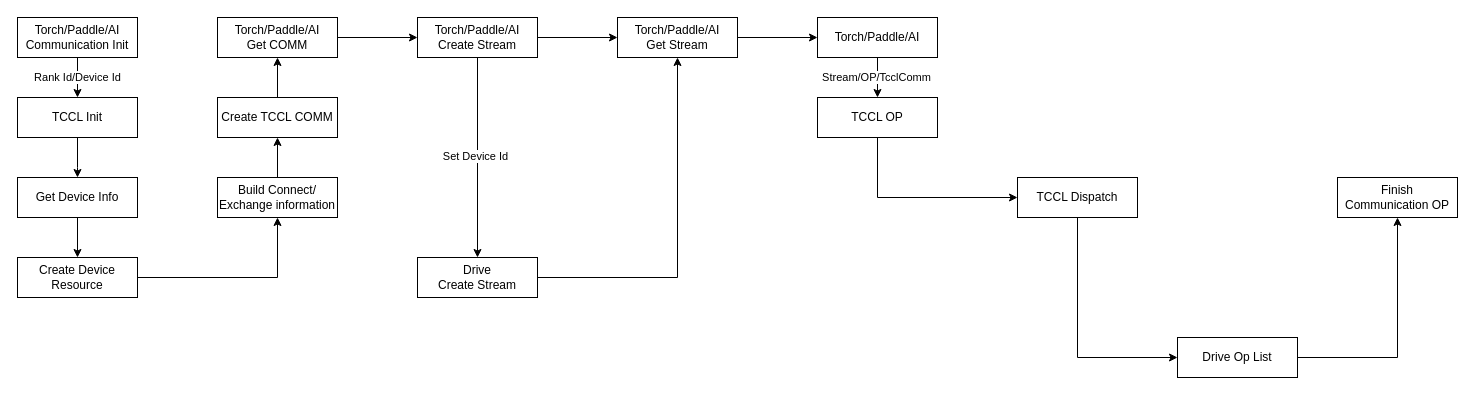
Above: TCCL/TCCL_WORK_FLOW/TcclWorkFlow.drawio in BEYHHH/SBLP (draw.io), before the change. Source tidied: cells renumbered, new cells numbered last; positions are measured from the earlier drawing's top-left corner, leaving out a move shared by most shapes. Both pictures are drawn from the tidied source at 100%, with x=0, y=0 at pixel (17, 17).
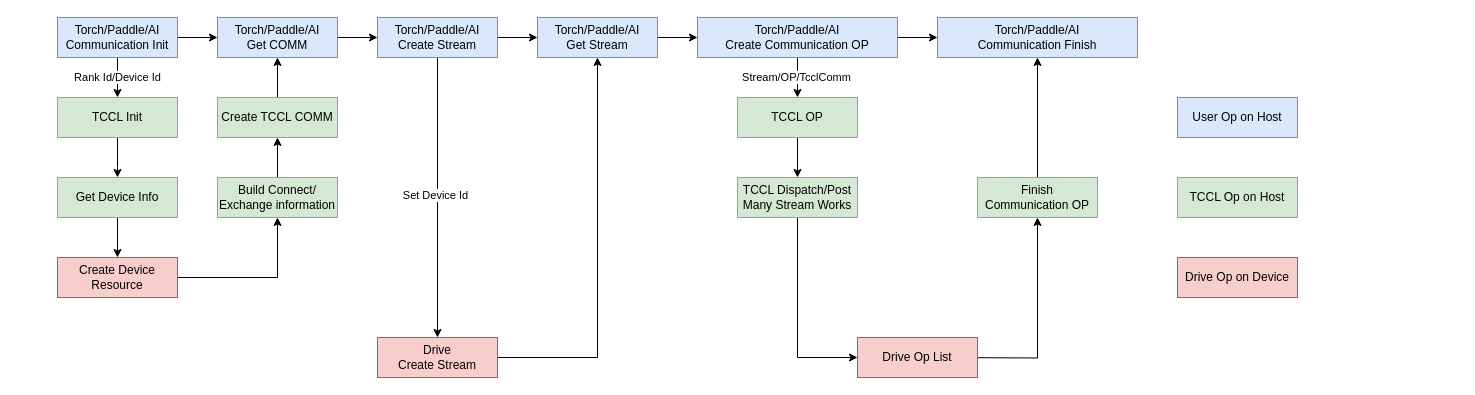
After the change.

Change to the diagram source:
```diff
@@
+    <mxCell id="35" style="edgeStyle=orthogonalEdgeStyle;rounded=0;jettySize=auto;html=1;" parent="1" edge="1" source="4" target="38">
+      <mxGeometry relative="1" as="geometry" />
+    </mxCell>
-    <mxCell id="4" value="Torch/Paddle/AI" style="rounded=0;whiteSpace=wrap;html=1;" parent="1" vertex="1">
-      <mxGeometry x="800" width="120" height="40" as="geometry" />
+    <mxCell id="4" value="Torch/Paddle/AI&lt;br&gt;Create Communication OP" style="rounded=0;whiteSpace=wrap;html=1;fillColor=#dae8fc;strokeColor=#6c8ebf;" parent="1" vertex="1">
+      <mxGeometry x="680" width="200" height="40" as="geometry" />
     </mxCell>
     <mxCell id="5" style="edgeStyle=orthogonalEdgeStyle;rounded=0;jettySize=auto;html=1;" parent="1" edge="1" source="6" target="8">
       <mxGeometry relative="1" as="geometry">
         <Array as="points">
-          <mxPoint x="860" y="180" />
+          <mxPoint x="780" y="180" />
         </Array>
       </mxGeometry>
     </mxCell>
-    <mxCell id="6" value="TCCL OP" style="rounded=0;whiteSpace=wrap;html=1;" parent="1" vertex="1">
-      <mxGeometry x="800" y="80" width="120" height="40" as="geometry" />
+    <mxCell id="6" value="TCCL OP" style="rounded=0;whiteSpace=wrap;html=1;fillColor=#d5e8d4;strokeColor=#82b366;" parent="1" vertex="1">
+      <mxGeometry x="720" y="80" width="120" height="40" as="geometry" />
     </mxCell>
     <mxCell id="7" style="edgeStyle=orthogonalEdgeStyle;rounded=0;jettySize=auto;html=1;" parent="1" edge="1" source="8" target="10">
       <mxGeometry relative="1" as="geometry">
         <Array as="points">
-          <mxPoint x="1060" y="340" />
+          <mxPoint x="940" y="340" />
         </Array>
       </mxGeometry>
     </mxCell>
-    <mxCell id="8" value="TCCL Dispatch" style="rounded=0;whiteSpace=wrap;html=1;" parent="1" vertex="1">
-      <mxGeometry x="1000" y="160" width="120" height="40" as="geometry" />
+    <mxCell id="8" value="TCCL Dispatch/Post Many Stream Works" style="rounded=0;whiteSpace=wrap;html=1;fillColor=#d5e8d4;strokeColor=#82b366;" parent="1" vertex="1">
+      <mxGeometry x="720" y="160" width="120" height="40" as="geometry" />
     </mxCell>
-    <mxCell id="9" style="edgeStyle=orthogonalEdgeStyle;rounded=0;jettySize=auto;html=1;" parent="1" edge="1" source="10" target="20">
-      <mxGeometry relative="1" as="geometry" />
+    <mxCell id="9" style="edgeStyle=orthogonalEdgeStyle;rounded=0;jettySize=auto;html=1;" parent="1" edge="1" target="20">
+      <mxGeometry relative="1" as="geometry">
+        <mxPoint x="920" y="340" as="sourcePoint" />
+      </mxGeometry>
     </mxCell>
-    <mxCell id="10" value="Drive Op List" style="rounded=0;whiteSpace=wrap;html=1;" parent="1" vertex="1">
-      <mxGeometry x="1160" y="320" width="120" height="40" as="geometry" />
+    <mxCell id="10" value="Drive Op List" style="rounded=0;whiteSpace=wrap;html=1;fillColor=#f8cecc;strokeColor=#b85450;" parent="1" vertex="1">
+      <mxGeometry x="840" y="320" width="120" height="40" as="geometry" />
     </mxCell>
     <mxCell id="11" style="edgeStyle=orthogonalEdgeStyle;rounded=0;jettySize=auto;html=1;entryX=0.5;entryY=0;entryDx=0;entryDy=0;" parent="1" edge="1" source="12" target="22">
       <mxGeometry relative="1" as="geometry">
         <Array as="points">
-          <mxPoint x="60" y="150" />
-          <mxPoint x="60" y="150" />
+          <mxPoint x="100" y="150" />
+          <mxPoint x="100" y="150" />
         </Array>
       </mxGeometry>
     </mxCell>
-    <mxCell id="12" value="TCCL Init" style="rounded=0;whiteSpace=wrap;html=1;" parent="1" vertex="1">
-      <mxGeometry y="80" width="120" height="40" as="geometry" />
+    <mxCell id="12" value="TCCL Init" style="rounded=0;whiteSpace=wrap;html=1;fillColor=#d5e8d4;strokeColor=#82b366;" parent="1" vertex="1">
+      <mxGeometry x="40" y="80" width="120" height="40" as="geometry" />
     </mxCell>
@@
+    <mxCell id="36" style="edgeStyle=orthogonalEdgeStyle;rounded=0;jettySize=auto;html=1;" parent="1" edge="1" source="15" target="30">
+      <mxGeometry relative="1" as="geometry" />
+    </mxCell>
-    <mxCell id="15" value="Torch/Paddle/AI&lt;br&gt;Communication Init" style="rounded=0;whiteSpace=wrap;html=1;" parent="1" vertex="1">
-      <mxGeometry width="120" height="40" as="geometry" />
+    <mxCell id="15" value="Torch/Paddle/AI&lt;br&gt;Communication Init" style="rounded=0;whiteSpace=wrap;html=1;fillColor=#dae8fc;strokeColor=#6c8ebf;" parent="1" vertex="1">
+      <mxGeometry x="40" width="120" height="40" as="geometry" />
     </mxCell>
@@
-    <mxCell id="19" value="Torch/Paddle/AI&lt;br&gt;Create Stream" style="rounded=0;whiteSpace=wrap;html=1;" parent="1" vertex="1">
-      <mxGeometry x="400" width="120" height="40" as="geometry" />
+    <mxCell id="19" value="Torch/Paddle/AI&lt;br&gt;Create Stream" style="rounded=0;whiteSpace=wrap;html=1;fillColor=#dae8fc;strokeColor=#6c8ebf;" parent="1" vertex="1">
+      <mxGeometry x="360" width="120" height="40" as="geometry" />
     </mxCell>
+    <mxCell id="37" style="edgeStyle=orthogonalEdgeStyle;rounded=0;jettySize=auto;html=1;" parent="1" edge="1" source="20" target="38">
+      <mxGeometry relative="1" as="geometry" />
+    </mxCell>
-    <mxCell id="20" value="Finish Communication OP" style="rounded=0;whiteSpace=wrap;html=1;" parent="1" vertex="1">
-      <mxGeometry x="1320" y="160" width="120" height="40" as="geometry" />
+    <mxCell id="20" value="Finish Communication OP" style="rounded=0;whiteSpace=wrap;html=1;fillColor=#d5e8d4;strokeColor=#82b366;" parent="1" vertex="1">
+      <mxGeometry x="960" y="160" width="120" height="40" as="geometry" />
     </mxCell>
@@
-    <mxCell id="22" value="Get Device Info" style="rounded=0;whiteSpace=wrap;html=1;" parent="1" vertex="1">
-      <mxGeometry y="160" width="120" height="40" as="geometry" />
+    <mxCell id="22" value="Get Device Info" style="rounded=0;whiteSpace=wrap;html=1;fillColor=#d5e8d4;strokeColor=#82b366;" parent="1" vertex="1">
+      <mxGeometry x="40" y="160" width="120" height="40" as="geometry" />
     </mxCell>
@@
-    <mxCell id="24" value="Create Device Resource" style="rounded=0;whiteSpace=wrap;html=1;" parent="1" vertex="1">
-      <mxGeometry y="240" width="120" height="40" as="geometry" />
+    <mxCell id="24" value="Create Device Resource" style="rounded=0;whiteSpace=wrap;html=1;fillColor=#f8cecc;strokeColor=#b85450;" parent="1" vertex="1">
+      <mxGeometry x="40" y="240" width="120" height="40" as="geometry" />
     </mxCell>
@@
-    <mxCell id="26" value="Build Connect/&lt;br style=&quot;border-color: var(--border-color);&quot;&gt;Exchange information" style="rounded=0;whiteSpace=wrap;html=1;" parent="1" vertex="1">
+    <mxCell id="26" value="Build Connect/&lt;br style=&quot;border-color: var(--border-color);&quot;&gt;Exchange information" style="rounded=0;whiteSpace=wrap;html=1;fillColor=#d5e8d4;strokeColor=#82b366;" parent="1" vertex="1">
       <mxGeometry x="200" y="160" width="120" height="40" as="geometry" />
     </mxCell>
@@
-    <mxCell id="28" value="Create TCCL COMM" style="rounded=0;whiteSpace=wrap;html=1;" parent="1" vertex="1">
+    <mxCell id="28" value="Create TCCL COMM" style="rounded=0;whiteSpace=wrap;html=1;fillColor=#d5e8d4;strokeColor=#82b366;" parent="1" vertex="1">
       <mxGeometry x="200" y="80" width="120" height="40" as="geometry" />
     </mxCell>
@@
-    <mxCell id="30" value="Torch/Paddle/AI&lt;br&gt;Get COMM" style="rounded=0;whiteSpace=wrap;html=1;" parent="1" vertex="1">
+    <mxCell id="30" value="Torch/Paddle/AI&lt;br&gt;Get COMM" style="rounded=0;whiteSpace=wrap;html=1;fillColor=#dae8fc;strokeColor=#6c8ebf;" parent="1" vertex="1">
       <mxGeometry x="200" width="120" height="40" as="geometry" />
     </mxCell>
@@
-    <mxCell id="32" value="Drive&lt;br&gt;Create Stream" style="rounded=0;whiteSpace=wrap;html=1;" parent="1" vertex="1">
-      <mxGeometry x="400" y="240" width="120" height="40" as="geometry" />
+    <mxCell id="32" value="Drive&lt;br&gt;Create Stream" style="rounded=0;whiteSpace=wrap;html=1;fillColor=#f8cecc;strokeColor=#b85450;" parent="1" vertex="1">
+      <mxGeometry x="360" y="320" width="120" height="40" as="geometry" />
     </mxCell>
@@
-    <mxCell id="34" value="Torch/Paddle/AI&lt;br&gt;Get Stream" style="rounded=0;whiteSpace=wrap;html=1;" parent="1" vertex="1">
-      <mxGeometry x="600" width="120" height="40" as="geometry" />
+    <mxCell id="34" value="Torch/Paddle/AI&lt;br&gt;Get Stream" style="rounded=0;whiteSpace=wrap;html=1;fillColor=#dae8fc;strokeColor=#6c8ebf;" parent="1" vertex="1">
+      <mxGeometry x="520" width="120" height="40" as="geometry" />
     </mxCell>
+    <mxCell id="38" value="Torch/Paddle/AI&lt;br&gt;Communication Finish" style="rounded=0;whiteSpace=wrap;html=1;fillColor=#dae8fc;strokeColor=#6c8ebf;" parent="1" vertex="1">
+      <mxGeometry x="920" width="200" height="40" as="geometry" />
+    </mxCell>
+    <mxCell id="39" value="User Op&amp;nbsp;on Host" style="rounded=0;whiteSpace=wrap;html=1;fillColor=#dae8fc;strokeColor=#6c8ebf;" parent="1" vertex="1">
+      <mxGeometry x="1160" y="80" width="120" height="40" as="geometry" />
+    </mxCell>
+    <mxCell id="40" value="TCCL Op on Host" style="rounded=0;whiteSpace=wrap;html=1;fillColor=#d5e8d4;strokeColor=#82b366;" parent="1" vertex="1">
+      <mxGeometry x="1160" y="160" width="120" height="40" as="geometry" />
+    </mxCell>
+    <mxCell id="41" value="Drive Op on Device" style="rounded=0;whiteSpace=wrap;html=1;fillColor=#f8cecc;strokeColor=#b85450;" parent="1" vertex="1">
+      <mxGeometry x="1160" y="240" width="120" height="40" as="geometry" />
+    </mxCell>
```
